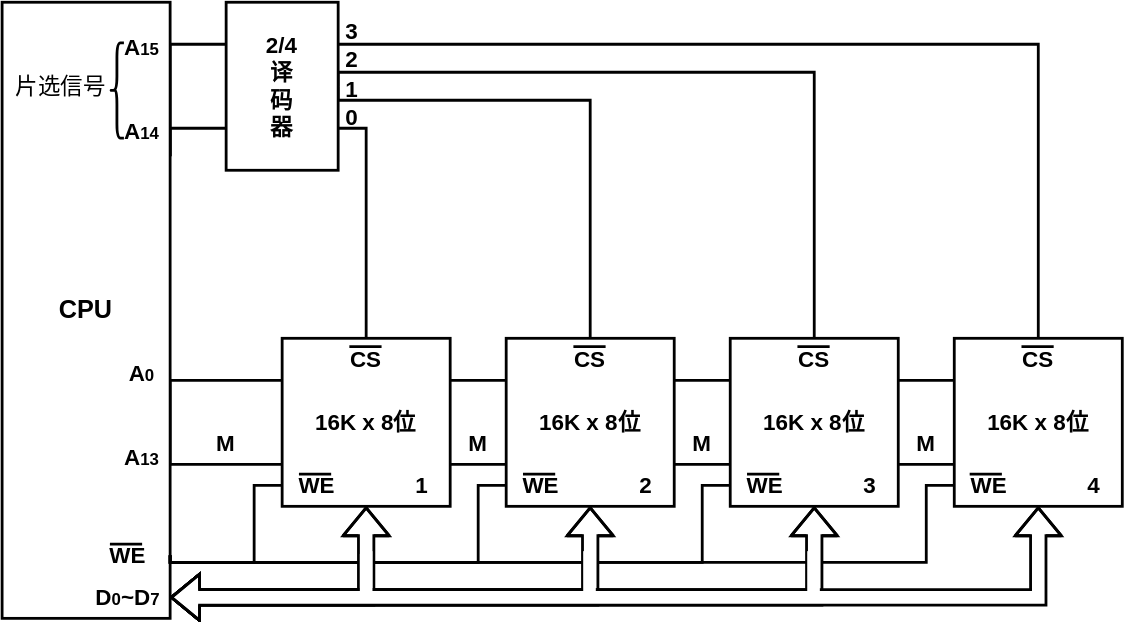
creatern/NoteBook keeps this draw.io diagram as pictures/计算机组成原理-字扩展.drawio.svg. Above is the earlier version. Source tidied: cells renumbered, new cells last; positions are measured from the earlier drawing's top-left corner, leaving out a move shared by most shapes.
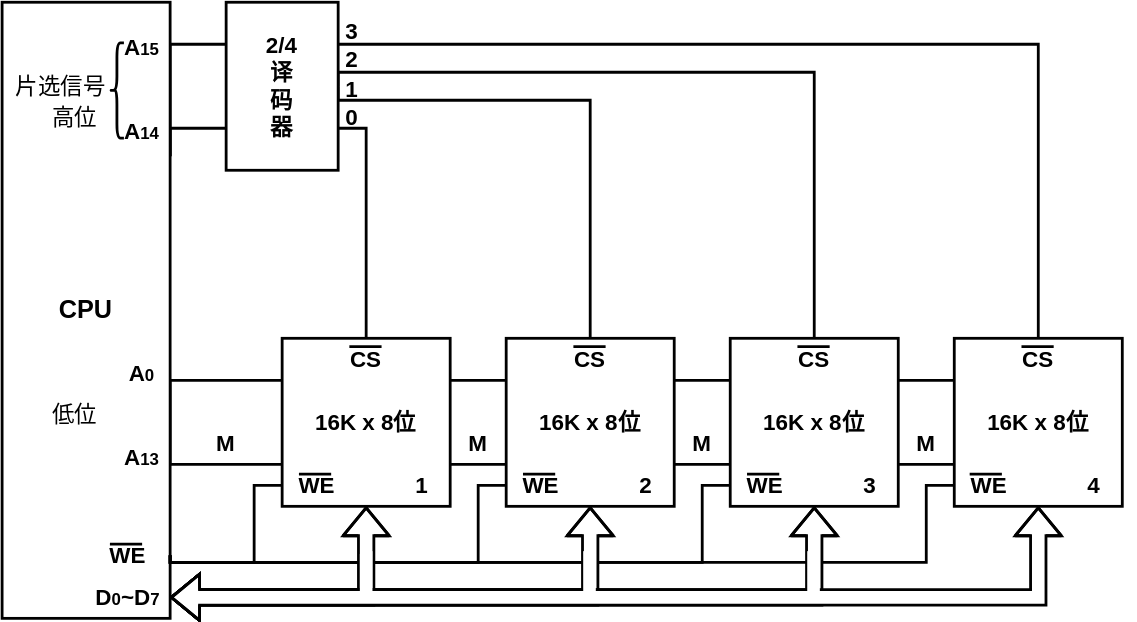
The same diagram one commit later.

Diff of the diagram source:
```diff
@@ -292,5 +292,11 @@
     <mxCell id="72" value="&lt;b&gt;&lt;font style=&quot;font-size: 16px;&quot;&gt;M&lt;/font&gt;&lt;/b&gt;" style="text;html=1;strokeColor=none;fillColor=none;align=center;verticalAlign=middle;whiteSpace=wrap;rounded=0;fontSize=12;fontFamily=Helvetica;fontColor=default;" parent="1" vertex="1">
       <mxGeometry x="630" y="300" width="60" height="30" as="geometry" />
     </mxCell>
+    <mxCell id="73" value="&lt;span style=&quot;font-size: 16px;&quot;&gt;高位&lt;/span&gt;" style="text;html=1;strokeColor=none;fillColor=none;align=center;verticalAlign=middle;whiteSpace=wrap;rounded=0;fontSize=12;fontFamily=Helvetica;fontColor=default;" parent="1" vertex="1">
+      <mxGeometry x="17" y="67" width="70" height="30" as="geometry" />
+    </mxCell>
+    <mxCell id="74" value="&lt;span style=&quot;font-size: 16px;&quot;&gt;低位&lt;/span&gt;" style="text;html=1;strokeColor=none;fillColor=none;align=center;verticalAlign=middle;whiteSpace=wrap;rounded=0;fontSize=12;fontFamily=Helvetica;fontColor=default;" parent="1" vertex="1">
+      <mxGeometry x="17" y="279" width="70" height="30" as="geometry" />
+    </mxCell>
   </root>
 </mxGraphModel>
```
